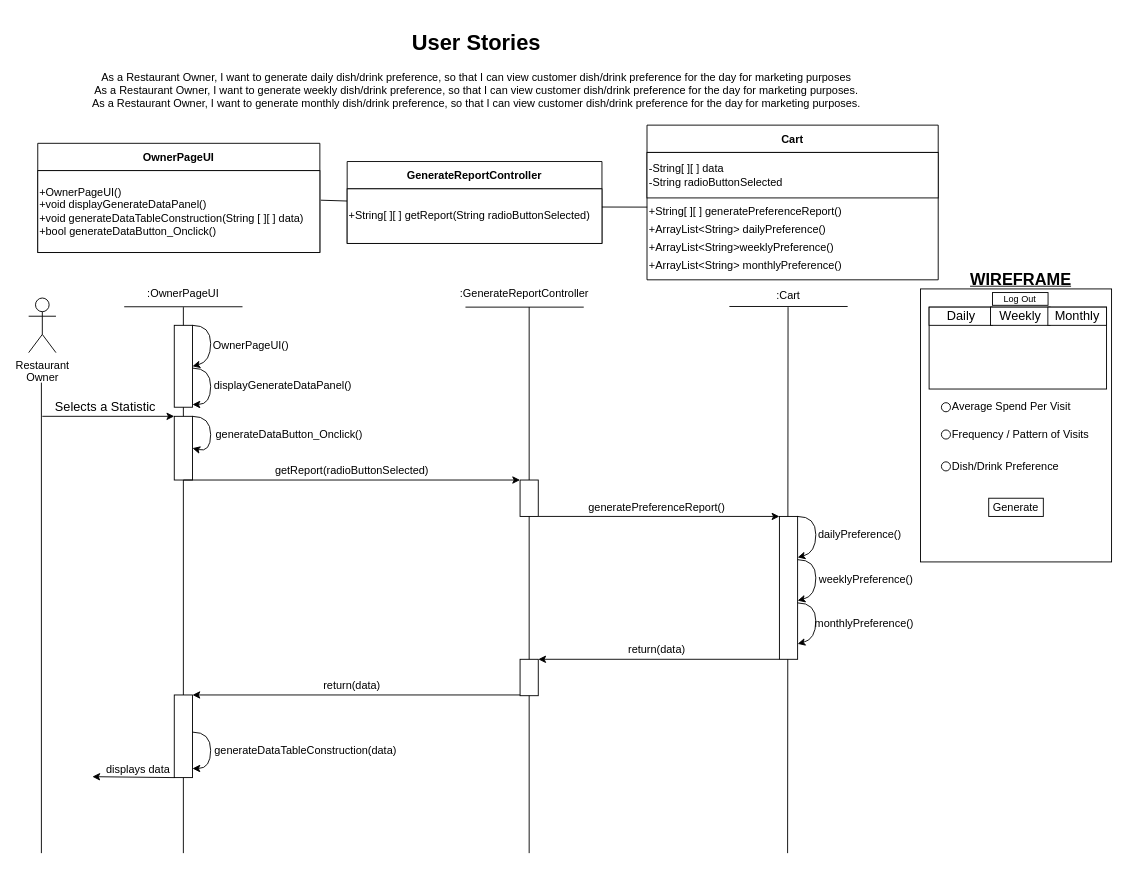
Above: BCE_UML_and_Diagrams/RestaurantOwner/RestaurantOwner_Preference_#43_44_45.drawio in extred5700/JAVAGUI-Restaurant-Table-Order-System (draw.io), before the change. Source tidied: cells renumbered, new cells numbered last; positions are measured from the earlier drawing's top-left corner, leaving out a move shared by most shapes. Both pictures are drawn from the tidied source at 91%, with x=0, y=0 at pixel (28, 25).
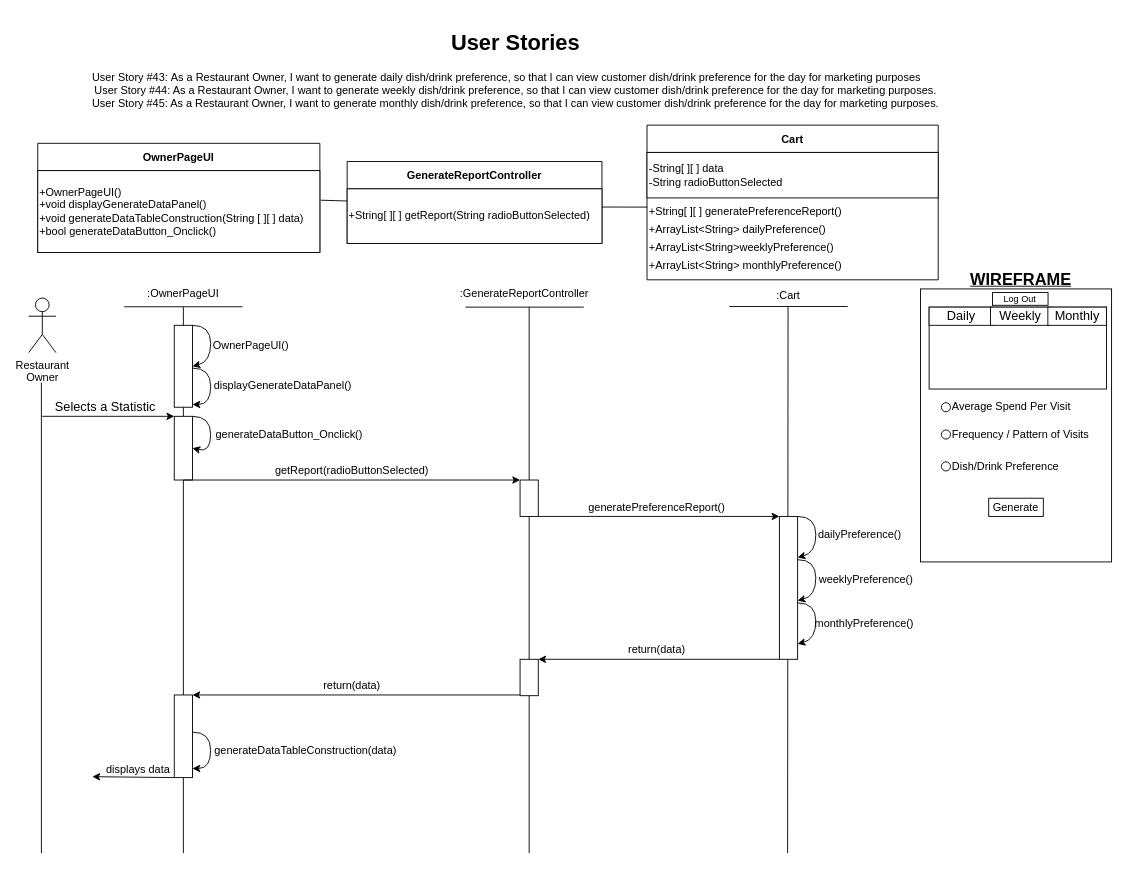
After the change.

Commit message (it also covers changes not shown here):
Update Missing User Story Numbers

Change to the diagram source:
```diff
@@
-    <mxCell id="70" value="&lt;h1 style=&quot;text-align: center&quot;&gt;User Stories&lt;/h1&gt;&lt;div style=&quot;text-align: center&quot;&gt;As a Restaurant Owner, I want to generate daily dish/drink preference, so that I can view customer dish/drink preference for the day for marketing purposes&lt;/div&gt;&lt;div style=&quot;text-align: center&quot;&gt;As a Restaurant Owner, I want to generate weekly dish/drink preference, so that I can view customer dish/drink preference for the day for marketing purposes.&lt;br&gt;&lt;/div&gt;&lt;div style=&quot;text-align: center&quot;&gt;As a Restaurant Owner, I want to generate monthly dish/drink preference, so that I can view customer dish/drink preference for the day for marketing purposes.&lt;br&gt;&lt;/div&gt;" style="text;html=1;strokeColor=none;fillColor=none;spacing=5;spacingTop=-20;whiteSpace=wrap;overflow=hidden;rounded=0;" parent="1" vertex="1">
+    <mxCell id="70" value="&lt;h1 style=&quot;text-align: center&quot;&gt;User Stories&lt;/h1&gt;&lt;span style=&quot;text-align: center;&quot;&gt;User Story #43:&amp;nbsp;&lt;/span&gt;&lt;span style=&quot;text-align: center; background-color: initial;&quot;&gt;As a Restaurant Owner, I want to generate daily dish/drink preference, so that I can view customer dish/drink preference for the day for marketing purposes&lt;/span&gt;&lt;span style=&quot;text-align: center;&quot;&gt;&lt;br&gt;&lt;/span&gt;&lt;div style=&quot;text-align: center&quot;&gt;User Story #44: As a Restaurant Owner, I want to generate weekly dish/drink preference, so that I can view customer dish/drink preference for the day for marketing purposes.&lt;br&gt;&lt;/div&gt;&lt;div style=&quot;text-align: center&quot;&gt;User Story #45: As a Restaurant Owner, I want to generate monthly dish/drink preference, so that I can view customer dish/drink preference for the day for marketing purposes.&lt;br&gt;&lt;/div&gt;" style="text;html=1;strokeColor=none;fillColor=none;spacing=5;spacingTop=-20;whiteSpace=wrap;overflow=hidden;rounded=0;" parent="1" vertex="1">
       <mxGeometry x="65" width="970" height="120" as="geometry" />
     </mxCell>
```
